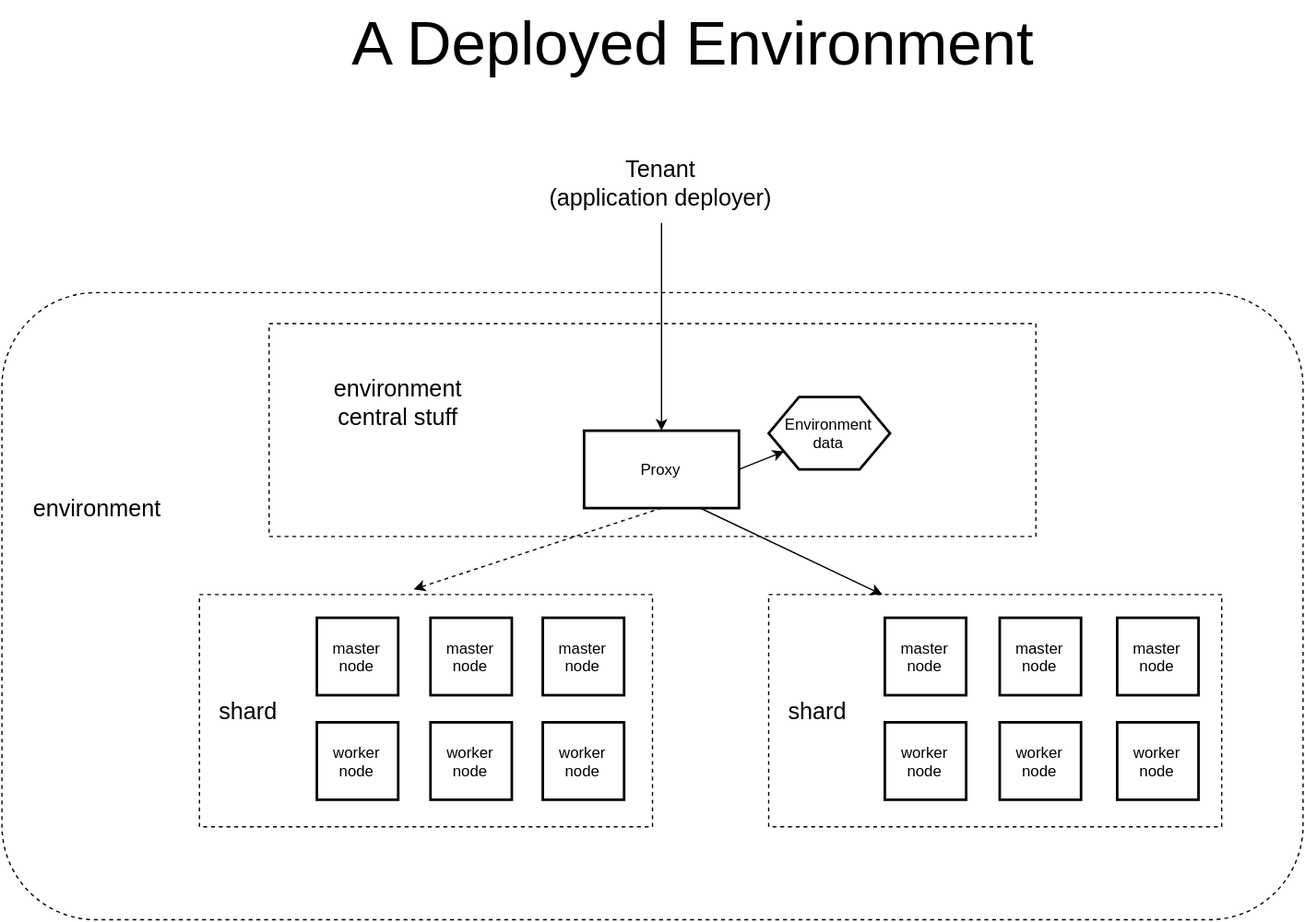
Before: docs/media/DeployedTopology.svg, a diagram exported from draw.io (xingzhou/containercafe). Source tidied: cells renumbered, new cells last; positions are measured from the earlier drawing's top-left corner, leaving out a move shared by most shapes.
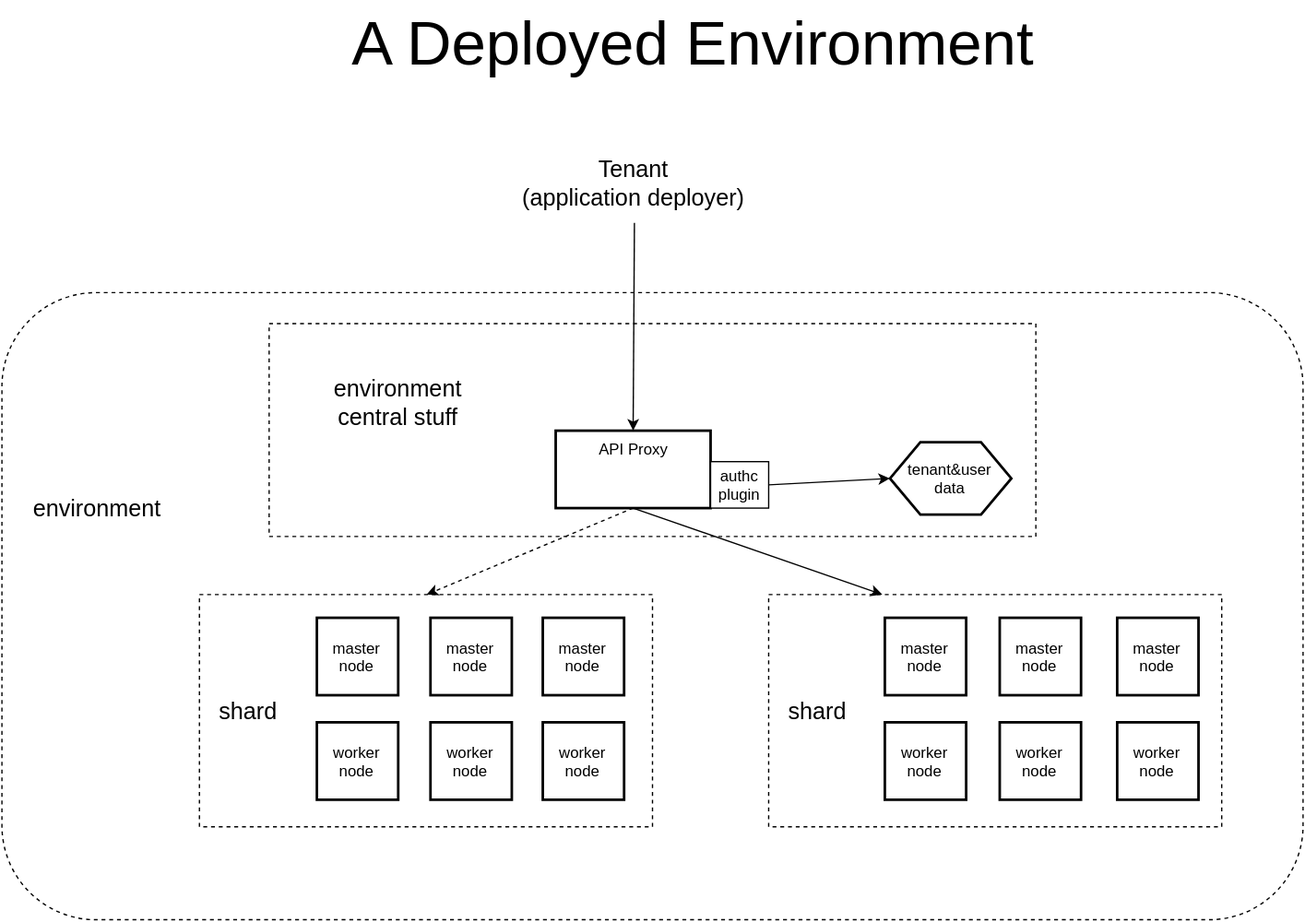
The same file after the commit.

Change to the diagram source:
```diff
@@ -14,8 +14,8 @@
     <mxCell id="5" style="whiteSpace=wrap;html=1;dashed=1;strokeWidth=1;fillColor=none;fontSize=18;" parent="1" vertex="1">
       <mxGeometry x="207" y="249" width="594" height="165" as="geometry" />
     </mxCell>
-    <mxCell id="6" value="Proxy" style="whiteSpace=wrap;html=1;strokeWidth=2;" parent="1" vertex="1">
-      <mxGeometry x="451" y="332" width="120" height="60" as="geometry" />
+    <mxCell id="6" value="API Proxy" style="whiteSpace=wrap;html=1;strokeWidth=2;verticalAlign=top;" parent="1" vertex="1">
+      <mxGeometry x="429" y="332" width="120" height="60" as="geometry" />
     </mxCell>
     <mxCell id="7" value="environment central stuff" style="text;html=1;strokeColor=none;fillColor=none;align=center;verticalAlign=middle;whiteSpace=wrap;dashed=1;fontSize=18;" parent="1" vertex="1">
       <mxGeometry x="251" y="286" width="112" height="47" as="geometry" />
@@ -23,7 +23,7 @@
     <mxCell id="8" style="endArrow=classic;html=1;fontSize=18;entryX=0.5;entryY=0;exitX=0.5;exitY=1;" parent="1" edge="1" source="26" target="6">
       <mxGeometry relative="1" as="geometry" />
     </mxCell>
-    <mxCell id="9" style="endArrow=classic;html=1;fontSize=18;exitX=0.5;exitY=1;entryX=0.474;entryY=-0.02;entryPerimeter=0;dashed=1;" parent="1" edge="1" source="6" target="4">
+    <mxCell id="9" style="endArrow=classic;html=1;fontSize=18;exitX=0.5;exitY=1;entryX=0.5;entryY=0;dashed=1;" parent="1" edge="1" source="6" target="4">
       <mxGeometry x="576.6" y="243.7" as="geometry" />
     </mxCell>
     <mxCell id="10" value="master node" style="whiteSpace=wrap;html=1;strokeWidth=2;" parent="1" vertex="1">
@@ -68,23 +68,26 @@
     <mxCell id="23" value="shard" style="text;html=1;strokeColor=none;fillColor=none;align=center;verticalAlign=middle;whiteSpace=wrap;dashed=1;fontSize=18;" parent="1" vertex="1">
       <mxGeometry x="594" y="531" width="76" height="36" as="geometry" />
     </mxCell>
-    <mxCell id="24" style="endArrow=classic;html=1;fontSize=18;exitX=0.75;exitY=1;entryX=0.25;entryY=0;" parent="1" edge="1" source="6" target="3">
+    <mxCell id="24" style="endArrow=classic;html=1;fontSize=18;exitX=0.5;exitY=1;entryX=0.25;entryY=0;" parent="1" edge="1" source="6" target="3">
       <mxGeometry x="585.6" y="252.7" as="geometry" />
     </mxCell>
     <mxCell id="25" value="environment" style="text;html=1;strokeColor=none;fillColor=none;align=center;verticalAlign=middle;whiteSpace=wrap;dashed=1;fontSize=18;" parent="1" vertex="1">
       <mxGeometry x="18" y="369" width="112" height="47" as="geometry" />
     </mxCell>
     <mxCell id="26" value="Tenant&lt;div&gt;(application deployer)&lt;/div&gt;" style="text;html=1;strokeColor=none;fillColor=none;align=center;verticalAlign=middle;whiteSpace=wrap;dashed=1;fontSize=18;" parent="1" vertex="1">
-      <mxGeometry x="413" y="108" width="195" height="63" as="geometry" />
+      <mxGeometry x="392" y="108" width="195" height="63" as="geometry" />
     </mxCell>
     <mxCell id="27" value="A Deployed Environment" style="text;html=1;strokeColor=none;fillColor=none;align=center;verticalAlign=middle;whiteSpace=wrap;dashed=1;fontSize=48;" parent="1" vertex="1">
       <mxGeometry x="171" width="729" height="63" as="geometry" />
     </mxCell>
-    <mxCell id="28" value="Environment data" style="shape=hexagon;perimeter=hexagonPerimeter;whiteSpace=wrap;html=1;strokeWidth=2;fillColor=none;fontSize=12;" parent="1" vertex="1">
-      <mxGeometry x="594" y="306" width="94" height="56" as="geometry" />
+    <mxCell id="28" value="tenant&amp;amp;user data" style="shape=hexagon;perimeter=hexagonPerimeter;whiteSpace=wrap;html=1;strokeWidth=2;fillColor=none;fontSize=12;" parent="1" vertex="1">
+      <mxGeometry x="688" y="341" width="94" height="56" as="geometry" />
     </mxCell>
-    <mxCell id="29" style="endArrow=classic;html=1;fontSize=18;entryX=0.125;entryY=0.75;exitX=1;exitY=0.5;entryPerimeter=0;" parent="1" edge="1" source="6" target="28">
+    <mxCell id="29" style="endArrow=classic;html=1;fontSize=18;entryX=0;entryY=0.5;exitX=1;exitY=0.5;" parent="1" edge="1" source="30" target="28">
       <mxGeometry x="537.6" y="243.7" as="geometry" />
     </mxCell>
+    <mxCell id="30" value="authc&lt;div&gt;plugin&lt;/div&gt;" style="whiteSpace=wrap;html=1;strokeWidth=1;verticalAlign=middle;" parent="1" vertex="1">
+      <mxGeometry x="549" y="356" width="45" height="36" as="geometry" />
+    </mxCell>
   </root>
 </mxGraphModel>
```
